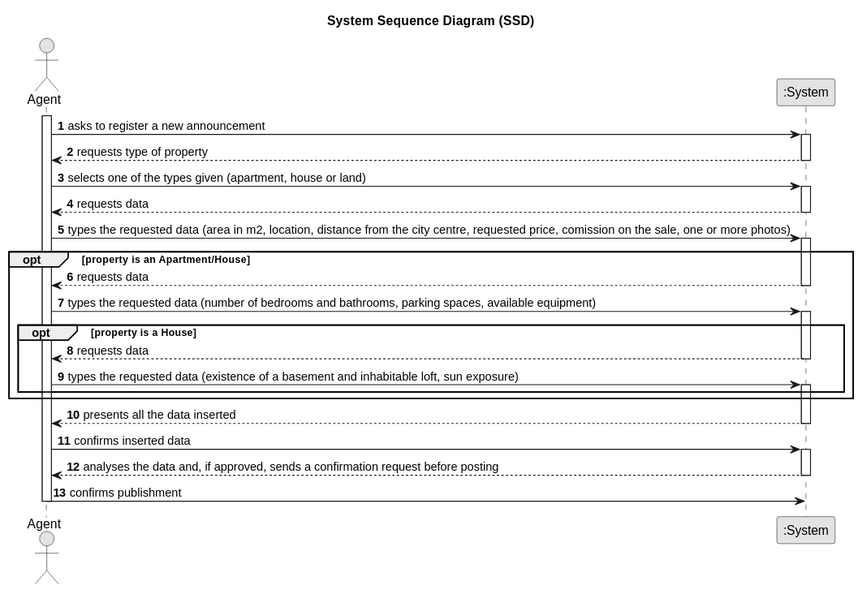
1220812/LAPR2 keeps this PlantUML diagram as docs/sprintD/us002/01.requirements-engineering/svg/us002-system-sequence-diagram.svg. Above is the earlier version. The source it was exported from:
```plantuml
@startuml
skinparam monochrome true
skinparam packageStyle rectangle
skinparam shadowing false

title System Sequence Diagram (SSD)

autonumber

actor "Agent" as Agent
participant ":System" as System

activate Agent

    Agent -> System : asks to register a new announcement

    activate System

        System --> Agent : requests type of property

    deactivate System

    Agent -> System : selects one of the types given (apartment, house or land)

    activate System

        System --> Agent : requests data

    deactivate System

    Agent -> System : types the requested data (area in m2, location, distance from the city centre, requested price, comission on the sale, one or more photos)

    opt property is an Apartment/House

        activate System

        System --> Agent : requests data

        deactivate System

        Agent -> System : types the requested data (number of bedrooms and bathrooms, parking spaces, available equipment)

        opt property is a House

            activate System

            System --> Agent : requests data

            deactivate System

            Agent -> System : types the requested data (existence of a basement and inhabitable loft, sun exposure)

            activate System

        end opt

    end opt

        System --> Agent : presents all the data inserted

    deactivate System

    Agent -> System : confirms inserted data

    activate System

        System --> Agent : analyses the data and, if approved, sends a confirmation request before posting

    deactivate System

    Agent -> System : confirms publishment

deactivate Agent
@enduml
```
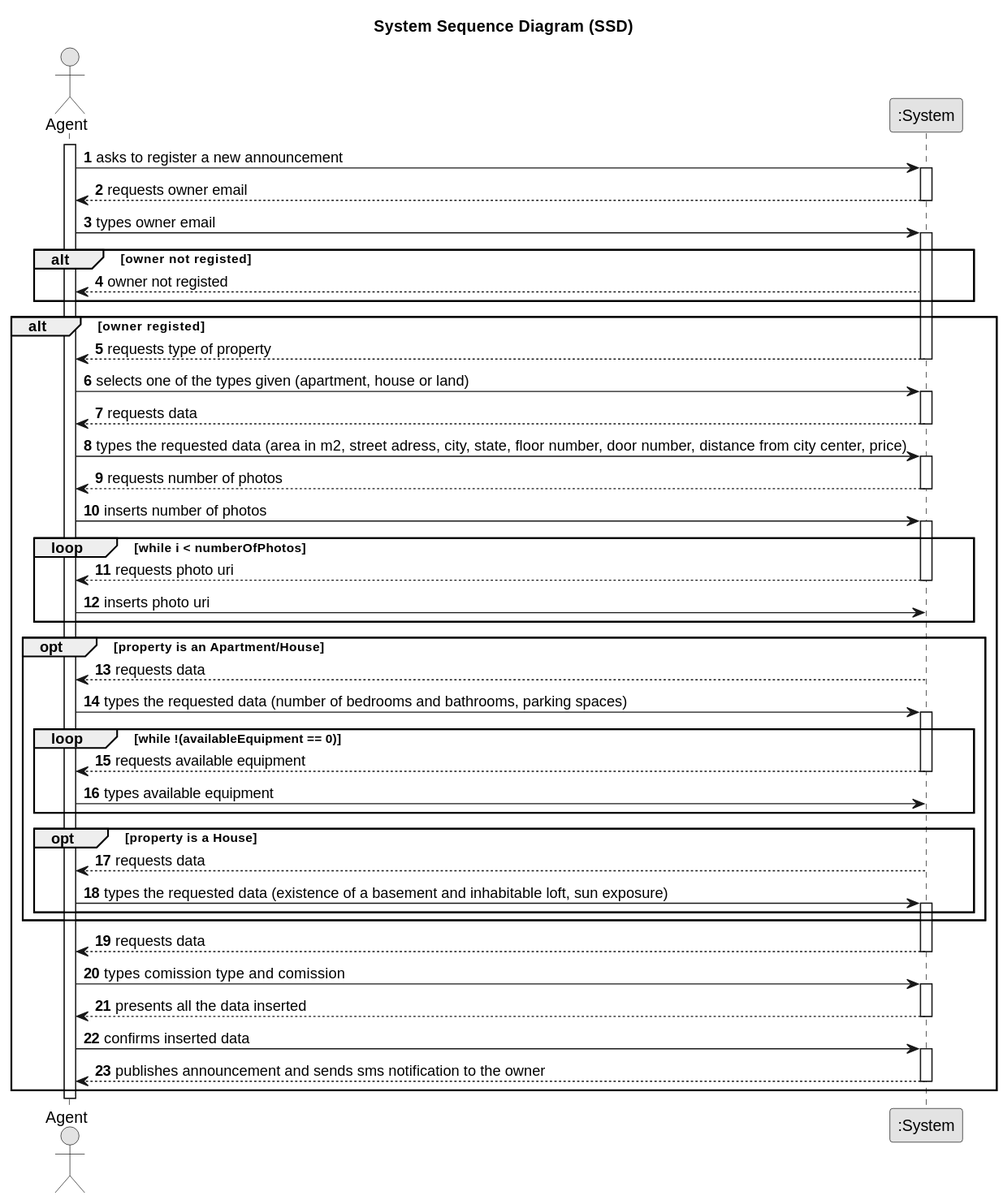
The same diagram one commit later.

The edit, as a diff of the source:
```diff
@@ -16,6 +16,22 @@
 
     activate System
 
+        System --> Agent : requests owner email
+
+    deactivate System
+
+    Agent -> System : types owner email
+
+    activate System
+
+    alt owner not registed
+
+    System --> Agent : owner not registed
+
+    end alt
+
+    alt owner registed
+
         System --> Agent : requests type of property
 
     deactivate System
@@ -28,7 +44,27 @@
 
     deactivate System
 
-    Agent -> System : types the requested data (area in m2, location, distance from the city centre, requested price, comission on the sale, one or more photos)
+    Agent -> System : types the requested data (area in m2, street adress, city, state, floor number, door number, distance from city center, price)
+
+    activate System
+
+    System --> Agent : requests number of photos
+
+    deactivate System
+
+    Agent -> System : inserts number of photos
+
+    loop while i < numberOfPhotos
+
+    activate System
+
+    System --> Agent : requests photo uri
+
+    deactivate System
+
+    Agent -> System : inserts photo uri
+
+    end loop
 
     opt property is an Apartment/House
 
@@ -38,7 +74,19 @@
 
         deactivate System
 
-        Agent -> System : types the requested data (number of bedrooms and bathrooms, parking spaces, available equipment)
+        Agent -> System : types the requested data (number of bedrooms and bathrooms, parking spaces)
+
+        loop while !(availableEquipment == 0)
+
+        activate System
+
+                System --> Agent : requests available equipment
+
+        deactivate System
+
+        Agent -> System : types available equipment
+
+        end loop
 
         opt property is a House
 
@@ -56,6 +104,14 @@
 
     end opt
 
+            System --> Agent : requests data
+
+            deactivate System
+
+            Agent -> System : types comission type and comission
+
+            activate System
+
         System --> Agent : presents all the data inserted
 
     deactivate System
@@ -64,11 +120,9 @@
 
     activate System
 
-        System --> Agent : analyses the data and, if approved, sends a confirmation request before posting
+        System --> Agent : publishes announcement and sends sms notification to the owner
 
     deactivate System
-
-    Agent -> System : confirms publishment
-
+end alt
 deactivate Agent
 @enduml
```
